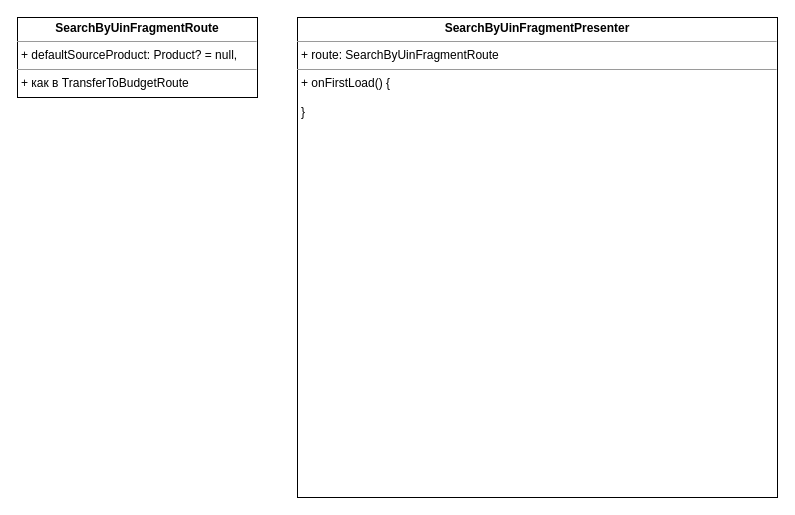
The draw.io diagram UNI-18237.drawio in ShiryaevNikolay/diagrams, before the edit. Source tidied: cells renumbered, new cells numbered last; positions are measured from the earlier drawing's top-left corner, leaving out a move shared by most shapes. Both pictures are drawn from the tidied source at 100%, with x=0, y=0 at pixel (17, 17).
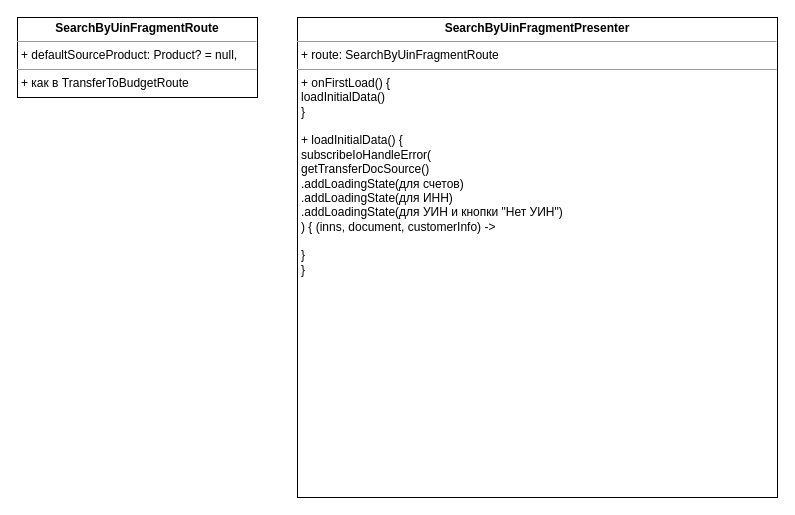
Above is the later version.

The edit, as a diff of the source:
```diff
@@
 <mxGraphModel>
   <root>
     <mxCell id="0" />
     <mxCell id="1" parent="0" />
-    <mxCell id="2" value="&lt;p style=&quot;margin:0px;margin-top:4px;text-align:center;&quot;&gt;&lt;b&gt;SearchByUinFragmentPresenter&lt;/b&gt;&lt;/p&gt;&lt;hr size=&quot;1&quot;&gt;&lt;p style=&quot;margin:0px;margin-left:4px;&quot;&gt;+ route: SearchByUinFragmentRoute&lt;br&gt;&lt;/p&gt;&lt;hr size=&quot;1&quot;&gt;&lt;p style=&quot;margin:0px;margin-left:4px;&quot;&gt;+ onFirstLoad() {&lt;/p&gt;&lt;p style=&quot;margin:0px;margin-left:4px;&quot;&gt;&lt;br&gt;&lt;/p&gt;&lt;p style=&quot;margin:0px;margin-left:4px;&quot;&gt;}&lt;br&gt;&lt;/p&gt;" style="verticalAlign=top;align=left;overflow=fill;fontSize=12;fontFamily=Helvetica;html=1;" parent="1" vertex="1">
+    <mxCell id="2" value="&lt;p style=&quot;margin:0px;margin-top:4px;text-align:center;&quot;&gt;&lt;b&gt;SearchByUinFragmentPresenter&lt;/b&gt;&lt;/p&gt;&lt;hr size=&quot;1&quot;&gt;&lt;p style=&quot;margin:0px;margin-left:4px;&quot;&gt;+ route: SearchByUinFragmentRoute&lt;br&gt;&lt;/p&gt;&lt;hr size=&quot;1&quot;&gt;&lt;p style=&quot;margin:0px;margin-left:4px;&quot;&gt;+ onFirstLoad() {&lt;/p&gt;&lt;p style=&quot;margin:0px;margin-left:4px;&quot;&gt;loadInitialData()&lt;br&gt;&lt;/p&gt;&lt;p style=&quot;margin:0px;margin-left:4px;&quot;&gt;}&lt;/p&gt;&lt;p style=&quot;margin:0px;margin-left:4px;&quot;&gt;&lt;br&gt;&lt;/p&gt;&lt;p style=&quot;margin:0px;margin-left:4px;&quot;&gt;+ loadInitialData() {&lt;/p&gt;&lt;p style=&quot;margin:0px;margin-left:4px;&quot;&gt;subscribeIoHandleError(&lt;/p&gt;&lt;p style=&quot;margin:0px;margin-left:4px;&quot;&gt;getTransferDocSource()&lt;/p&gt;&lt;p style=&quot;margin:0px;margin-left:4px;&quot;&gt;.addLoadingState(для счетов)&lt;/p&gt;&lt;p style=&quot;margin:0px;margin-left:4px;&quot;&gt;.addLoadingState(для ИНН)&lt;/p&gt;&lt;p style=&quot;margin:0px;margin-left:4px;&quot;&gt;.addLoadingState(для УИН и кнопки &quot;Нет УИН&quot;)&lt;/p&gt;&lt;p style=&quot;margin:0px;margin-left:4px;&quot;&gt;) { (inns, document, customerInfo) -&amp;gt;&lt;br&gt;&lt;/p&gt;&lt;p style=&quot;margin:0px;margin-left:4px;&quot;&gt;&lt;br&gt;&lt;/p&gt;&lt;p style=&quot;margin:0px;margin-left:4px;&quot;&gt;}&lt;br&gt;&lt;/p&gt;&lt;p style=&quot;margin:0px;margin-left:4px;&quot;&gt;}&lt;br&gt;&lt;/p&gt;" style="verticalAlign=top;align=left;overflow=fill;fontSize=12;fontFamily=Helvetica;html=1;" parent="1" vertex="1">
       <mxGeometry x="280" width="480" height="480" as="geometry" />
     </mxCell>
     <mxCell id="3" value="&lt;p style=&quot;margin:0px;margin-top:4px;text-align:center;&quot;&gt;&lt;b&gt;SearchByUinFragmentRoute&lt;/b&gt;&lt;/p&gt;&lt;hr size=&quot;1&quot;&gt;&lt;p style=&quot;margin:0px;margin-left:4px;&quot;&gt;+ defaultSourceProduct: Product? = null, &lt;br&gt;&lt;/p&gt;&lt;hr size=&quot;1&quot;&gt;&lt;p style=&quot;margin:0px;margin-left:4px;&quot;&gt;+ как в TransferToBudgetRoute&lt;br&gt;&lt;/p&gt;" style="verticalAlign=top;align=left;overflow=fill;fontSize=12;fontFamily=Helvetica;html=1;" parent="1" vertex="1">
       <mxGeometry width="240" height="80" as="geometry" />
     </mxCell>
   </root>
 </mxGraphModel>
```
